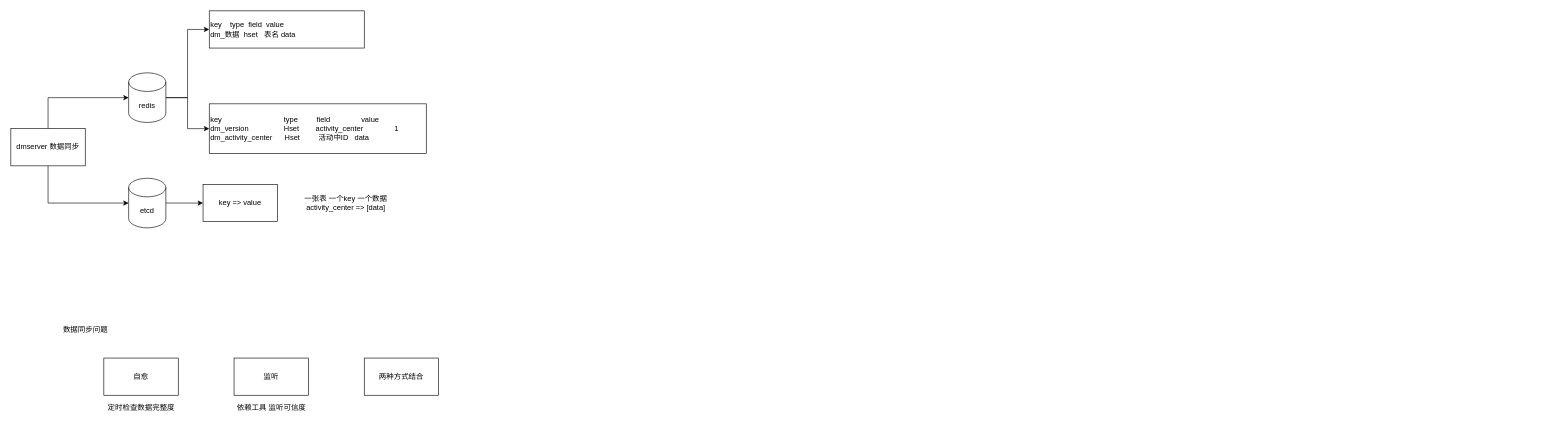
Before: dmserver.drawio in SimpleAlong/learngit, a draw.io diagram. Source tidied: cells renumbered, new cells numbered last; positions are measured from the earlier drawing's top-left corner, leaving out a move shared by most shapes. Both pictures are drawn from the tidied source at 62%, with x=0, y=0 at pixel (11, 11).
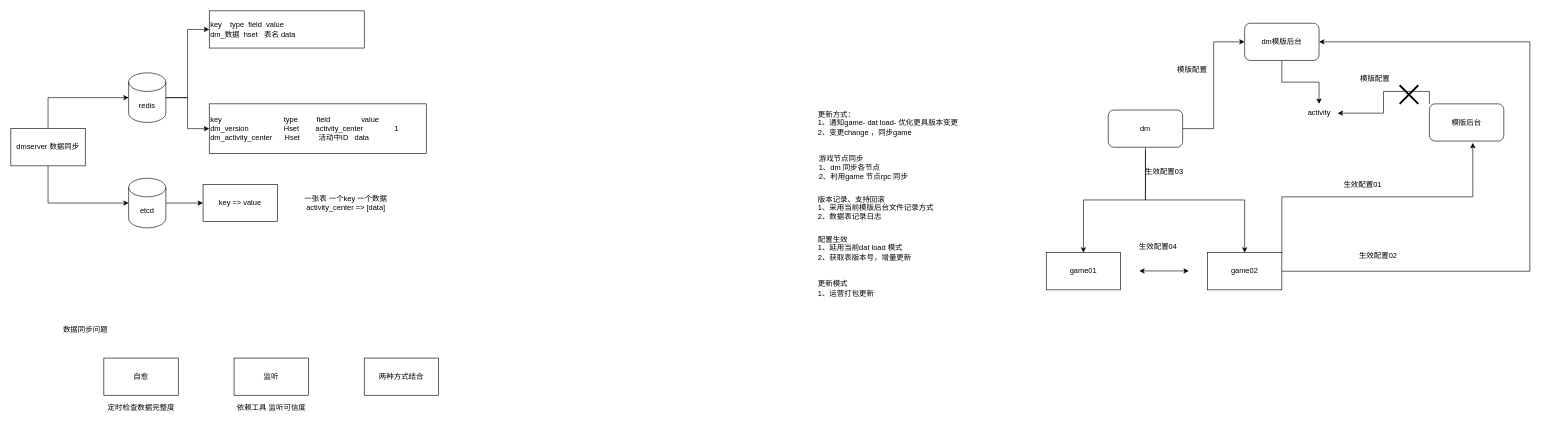
Above is the later version.

Change to the diagram source:
```diff
@@
+    <mxCell id="20" style="edgeStyle=orthogonalEdgeStyle;rounded=0;jettySize=auto;html=1;" parent="1" edge="1" source="29" target="25">
+      <mxGeometry relative="1" as="geometry" />
+    </mxCell>
+    <mxCell id="21" style="edgeStyle=orthogonalEdgeStyle;rounded=0;jettySize=auto;html=1;exitX=1;exitY=0.5;exitDx=0;exitDy=0;entryX=0;entryY=0.5;entryDx=0;entryDy=0;" parent="1" edge="1" source="24" target="29">
+      <mxGeometry relative="1" as="geometry" />
+    </mxCell>
+    <mxCell id="22" style="edgeStyle=orthogonalEdgeStyle;rounded=0;jettySize=auto;html=1;entryX=0.5;entryY=0;entryDx=0;entryDy=0;" parent="1" edge="1" target="30">
+      <mxGeometry relative="1" as="geometry">
+        <mxPoint x="1830" y="225" as="sourcePoint" />
+        <Array as="points">
+          <mxPoint x="1830" y="305" />
+          <mxPoint x="1730" y="305" />
+        </Array>
+      </mxGeometry>
+    </mxCell>
+    <mxCell id="23" style="edgeStyle=orthogonalEdgeStyle;rounded=0;jettySize=auto;html=1;exitX=0.5;exitY=1;exitDx=0;exitDy=0;entryX=0.5;entryY=0;entryDx=0;entryDy=0;" parent="1" edge="1" source="24" target="34">
+      <mxGeometry relative="1" as="geometry" />
+    </mxCell>
+    <mxCell id="24" value="dm" style="rounded=1;whiteSpace=wrap;html=1;" parent="1" vertex="1">
+      <mxGeometry x="1770" y="160" width="120" height="60" as="geometry" />
+    </mxCell>
+    <mxCell id="25" value="activity" style="text;html=1;align=center;verticalAlign=middle;points=[];strokeColor=none;fillColor=none;" parent="1" vertex="1">
+      <mxGeometry x="2080" y="150" width="60" height="30" as="geometry" />
+    </mxCell>
+    <mxCell id="26" style="edgeStyle=orthogonalEdgeStyle;rounded=0;jettySize=auto;html=1;exitX=0;exitY=0;exitDx=0;exitDy=0;" parent="1" edge="1" source="27" target="25">
+      <mxGeometry relative="1" as="geometry" />
+    </mxCell>
+    <mxCell id="27" value="模版后台" style="rounded=1;whiteSpace=wrap;html=1;" parent="1" vertex="1">
+      <mxGeometry x="2288" y="150" width="120" height="60" as="geometry" />
+    </mxCell>
+    <mxCell id="28" style="shape=umlDestroy;whiteSpace=wrap;html=1;strokeWidth=3;targetShapes=umlLifeline;" parent="1" vertex="1">
+      <mxGeometry x="2240" y="120" width="30" height="30" as="geometry" />
+    </mxCell>
+    <mxCell id="29" value="dm模版后台" style="rounded=1;whiteSpace=wrap;html=1;" parent="1" vertex="1">
+      <mxGeometry x="1990" y="20" width="120" height="60" as="geometry" />
+    </mxCell>
+    <mxCell id="30" value="game01" style="rounded=0;whiteSpace=wrap;html=1;" parent="1" vertex="1">
+      <mxGeometry x="1670" y="390" width="120" height="60" as="geometry" />
+    </mxCell>
+    <mxCell id="31" value="更新方式：&lt;br&gt;1、通知game- dat load- 优化更具版本变更&lt;br&gt;2、变更change ，同步game&lt;br&gt;&amp;nbsp;" style="text;html=1;align=left;verticalAlign=middle;strokeColor=none;fillColor=none;" parent="1" vertex="1">
+      <mxGeometry x="1300" y="152.5" width="250" height="70" as="geometry" />
+    </mxCell>
+    <mxCell id="32" style="edgeStyle=orthogonalEdgeStyle;rounded=0;jettySize=auto;html=1;exitX=1;exitY=0;exitDx=0;exitDy=0;entryX=0.583;entryY=1.05;entryDx=0;entryDy=0;entryPerimeter=0;" parent="1" edge="1" source="34" target="27">
+      <mxGeometry relative="1" as="geometry" />
+    </mxCell>
+    <mxCell id="33" style="edgeStyle=orthogonalEdgeStyle;rounded=0;jettySize=auto;html=1;exitX=1;exitY=0.5;exitDx=0;exitDy=0;entryX=1;entryY=0.5;entryDx=0;entryDy=0;" parent="1" edge="1" source="34" target="29">
+      <mxGeometry relative="1" as="geometry">
+        <Array as="points">
+          <mxPoint x="2450" y="420" />
+          <mxPoint x="2450" y="50" />
+        </Array>
+      </mxGeometry>
+    </mxCell>
+    <mxCell id="34" value="game02" style="rounded=0;whiteSpace=wrap;html=1;" parent="1" vertex="1">
+      <mxGeometry x="1930" y="390" width="120" height="60" as="geometry" />
+    </mxCell>
+    <mxCell id="35" value="&lt;div style=&quot;text-align: left;&quot;&gt;&lt;span style=&quot;background-color: initial;&quot;&gt;游戏节点同步&lt;/span&gt;&lt;/div&gt;&lt;div style=&quot;text-align: left;&quot;&gt;&lt;span style=&quot;background-color: initial;&quot;&gt;1、dm 同步各节点&lt;/span&gt;&lt;/div&gt;&lt;div style=&quot;text-align: left;&quot;&gt;&lt;span style=&quot;background-color: initial;&quot;&gt;2、利用game 节点rpc 同步&lt;/span&gt;&lt;/div&gt;" style="text;html=1;align=center;verticalAlign=middle;strokeColor=none;fillColor=none;" parent="1" vertex="1">
+      <mxGeometry x="1290" y="222.5" width="170" height="60" as="geometry" />
+    </mxCell>
+    <mxCell id="36" style="endArrow=classic;startArrow=classic;html=1;rounded=0;" parent="1" edge="1">
+      <mxGeometry relative="1" as="geometry">
+        <mxPoint x="1820" y="419.5" as="sourcePoint" />
+        <mxPoint x="1900" y="419.5" as="targetPoint" />
+      </mxGeometry>
+    </mxCell>
+    <mxCell id="37" value="生效配置01" style="text;html=1;align=center;verticalAlign=middle;strokeColor=none;fillColor=none;" parent="1" vertex="1">
+      <mxGeometry x="2140" y="265" width="80" height="30" as="geometry" />
+    </mxCell>
+    <mxCell id="38" value="生效配置02" style="text;html=1;align=center;verticalAlign=middle;strokeColor=none;fillColor=none;" parent="1" vertex="1">
+      <mxGeometry x="2165" y="380" width="80" height="30" as="geometry" />
+    </mxCell>
+    <mxCell id="39" value="版本记录、支持回滚&lt;br&gt;1、采用当前模版后台文件记录方式&lt;br&gt;2、数据表记录日志" style="text;html=1;align=left;verticalAlign=middle;strokeColor=none;fillColor=none;" parent="1" vertex="1">
+      <mxGeometry x="1300" y="287.5" width="210" height="60" as="geometry" />
+    </mxCell>
+    <mxCell id="40" value="配置生效&lt;br&gt;1、延用当前dat load 模式&lt;br&gt;2、获取表版本号，增量更新" style="text;html=1;align=left;verticalAlign=middle;strokeColor=none;fillColor=none;" parent="1" vertex="1">
+      <mxGeometry x="1300" y="352.5" width="170" height="60" as="geometry" />
+    </mxCell>
+    <mxCell id="41" value="更新模式&lt;br&gt;1、运营打包更新&lt;br&gt;" style="text;html=1;align=left;verticalAlign=middle;strokeColor=none;fillColor=none;" parent="1" vertex="1">
+      <mxGeometry x="1300" y="427.5" width="110" height="40" as="geometry" />
+    </mxCell>
+    <mxCell id="42" value="模版配置" style="text;html=1;align=center;verticalAlign=middle;strokeColor=none;fillColor=none;" parent="1" vertex="1">
+      <mxGeometry x="1870" y="80" width="70" height="30" as="geometry" />
+    </mxCell>
+    <mxCell id="43" value="模版配置" style="text;html=1;align=center;verticalAlign=middle;strokeColor=none;fillColor=none;" parent="1" vertex="1">
+      <mxGeometry x="2165" y="95" width="70" height="30" as="geometry" />
+    </mxCell>
+    <mxCell id="44" value="生效配置03&lt;br&gt;" style="text;html=1;align=center;verticalAlign=middle;strokeColor=none;fillColor=none;" parent="1" vertex="1">
+      <mxGeometry x="1820" y="245" width="80" height="30" as="geometry" />
+    </mxCell>
+    <mxCell id="45" value="生效配置04&lt;br&gt;" style="text;html=1;align=center;verticalAlign=middle;strokeColor=none;fillColor=none;" parent="1" vertex="1">
+      <mxGeometry x="1810" y="365" width="80" height="30" as="geometry" />
+    </mxCell>
```
